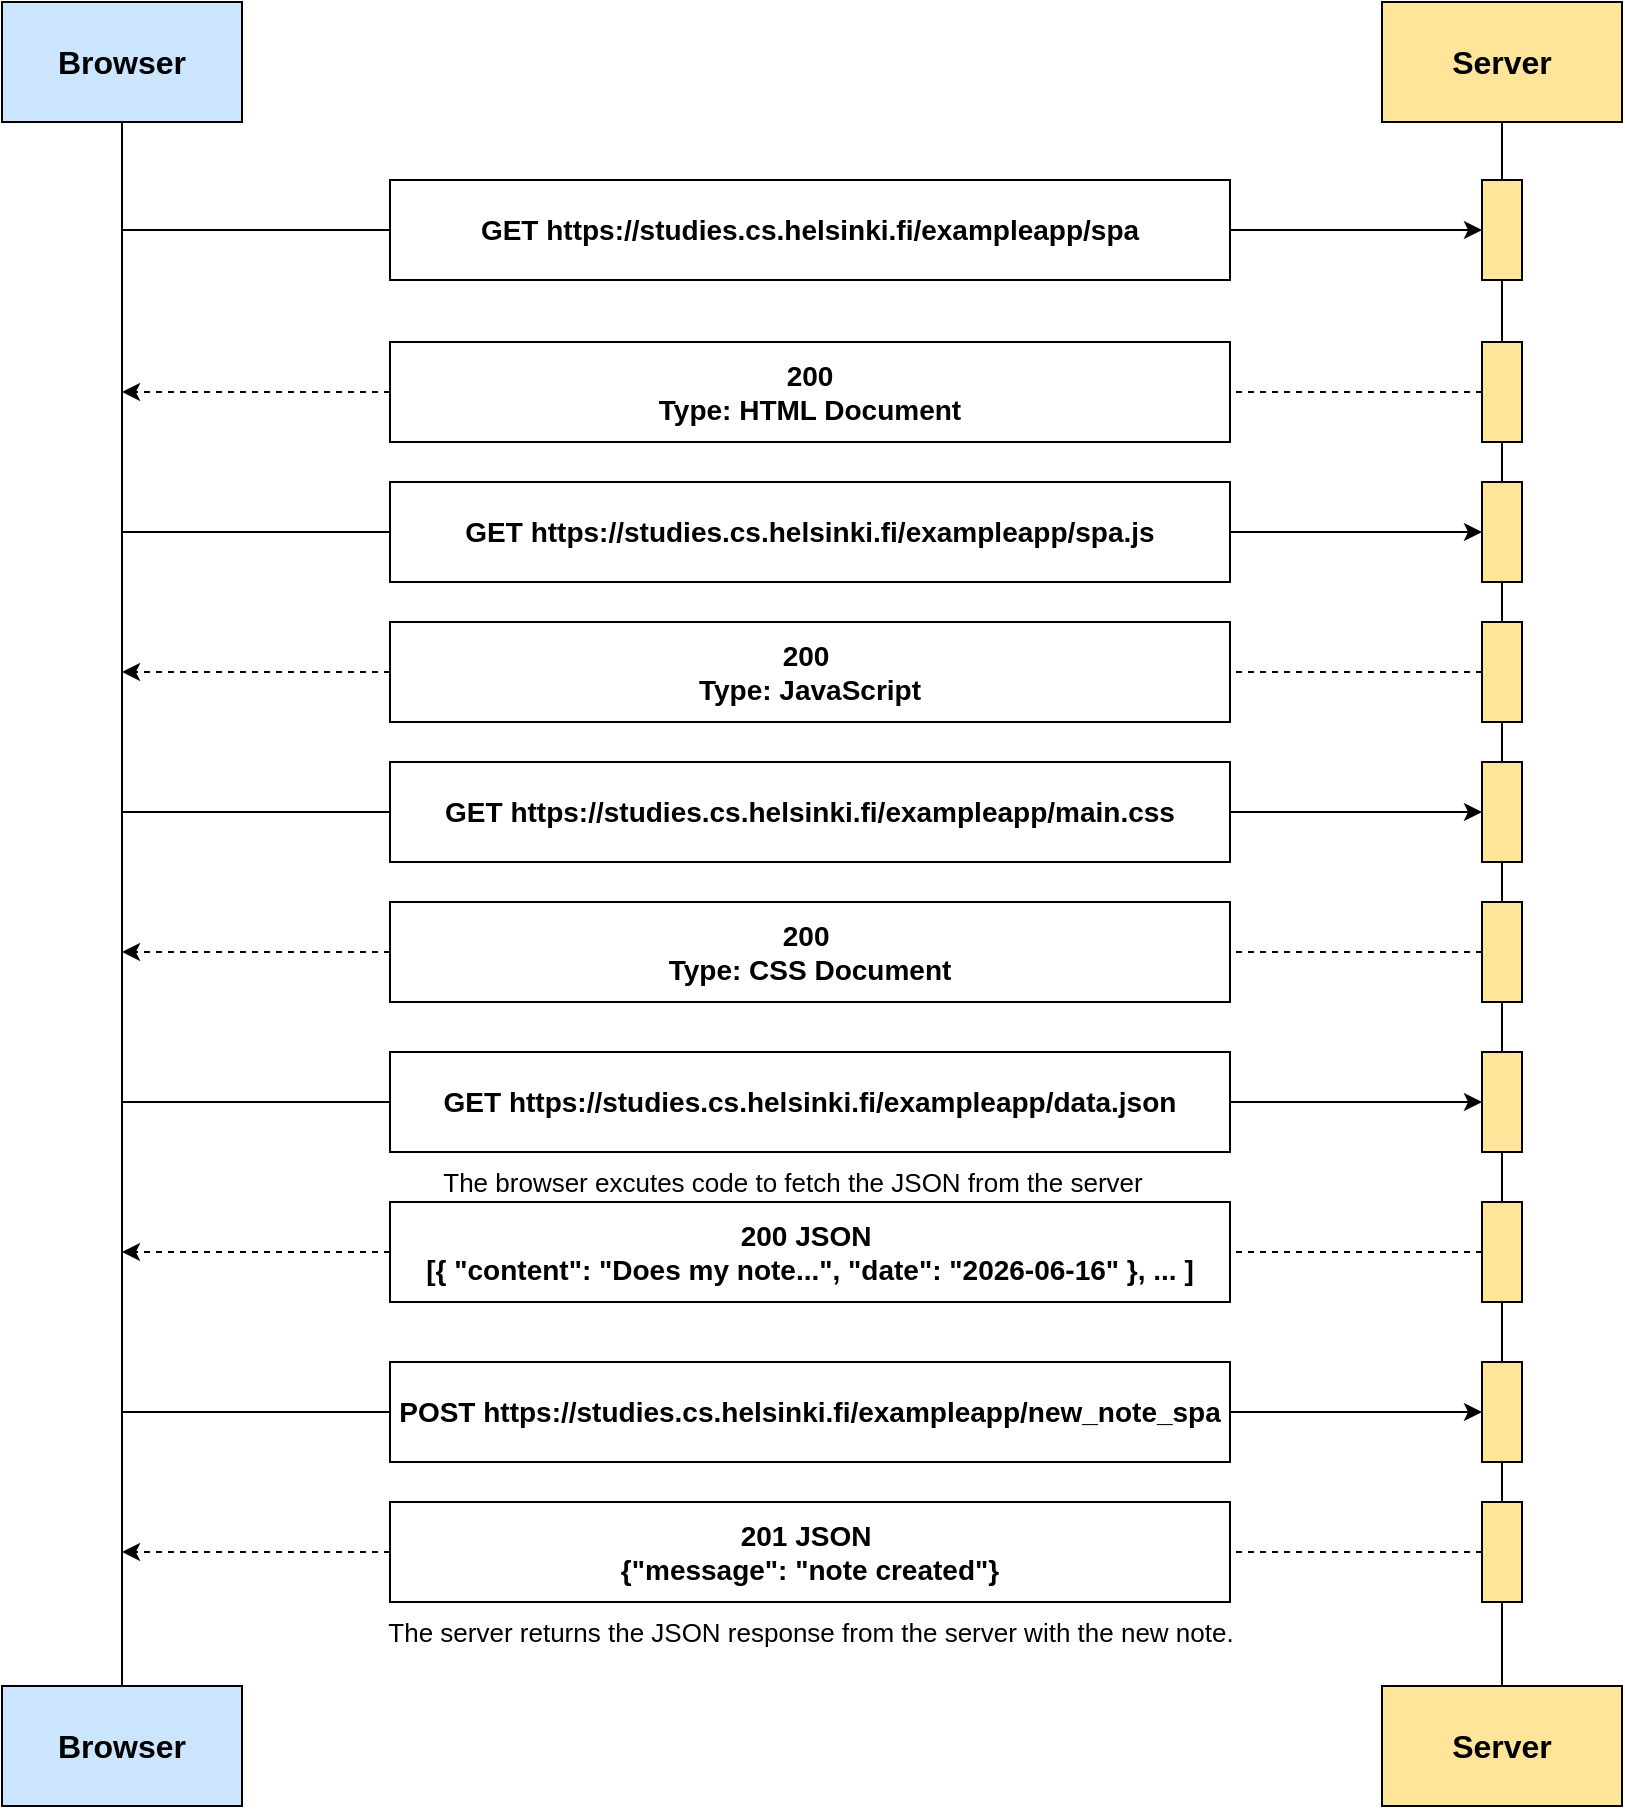
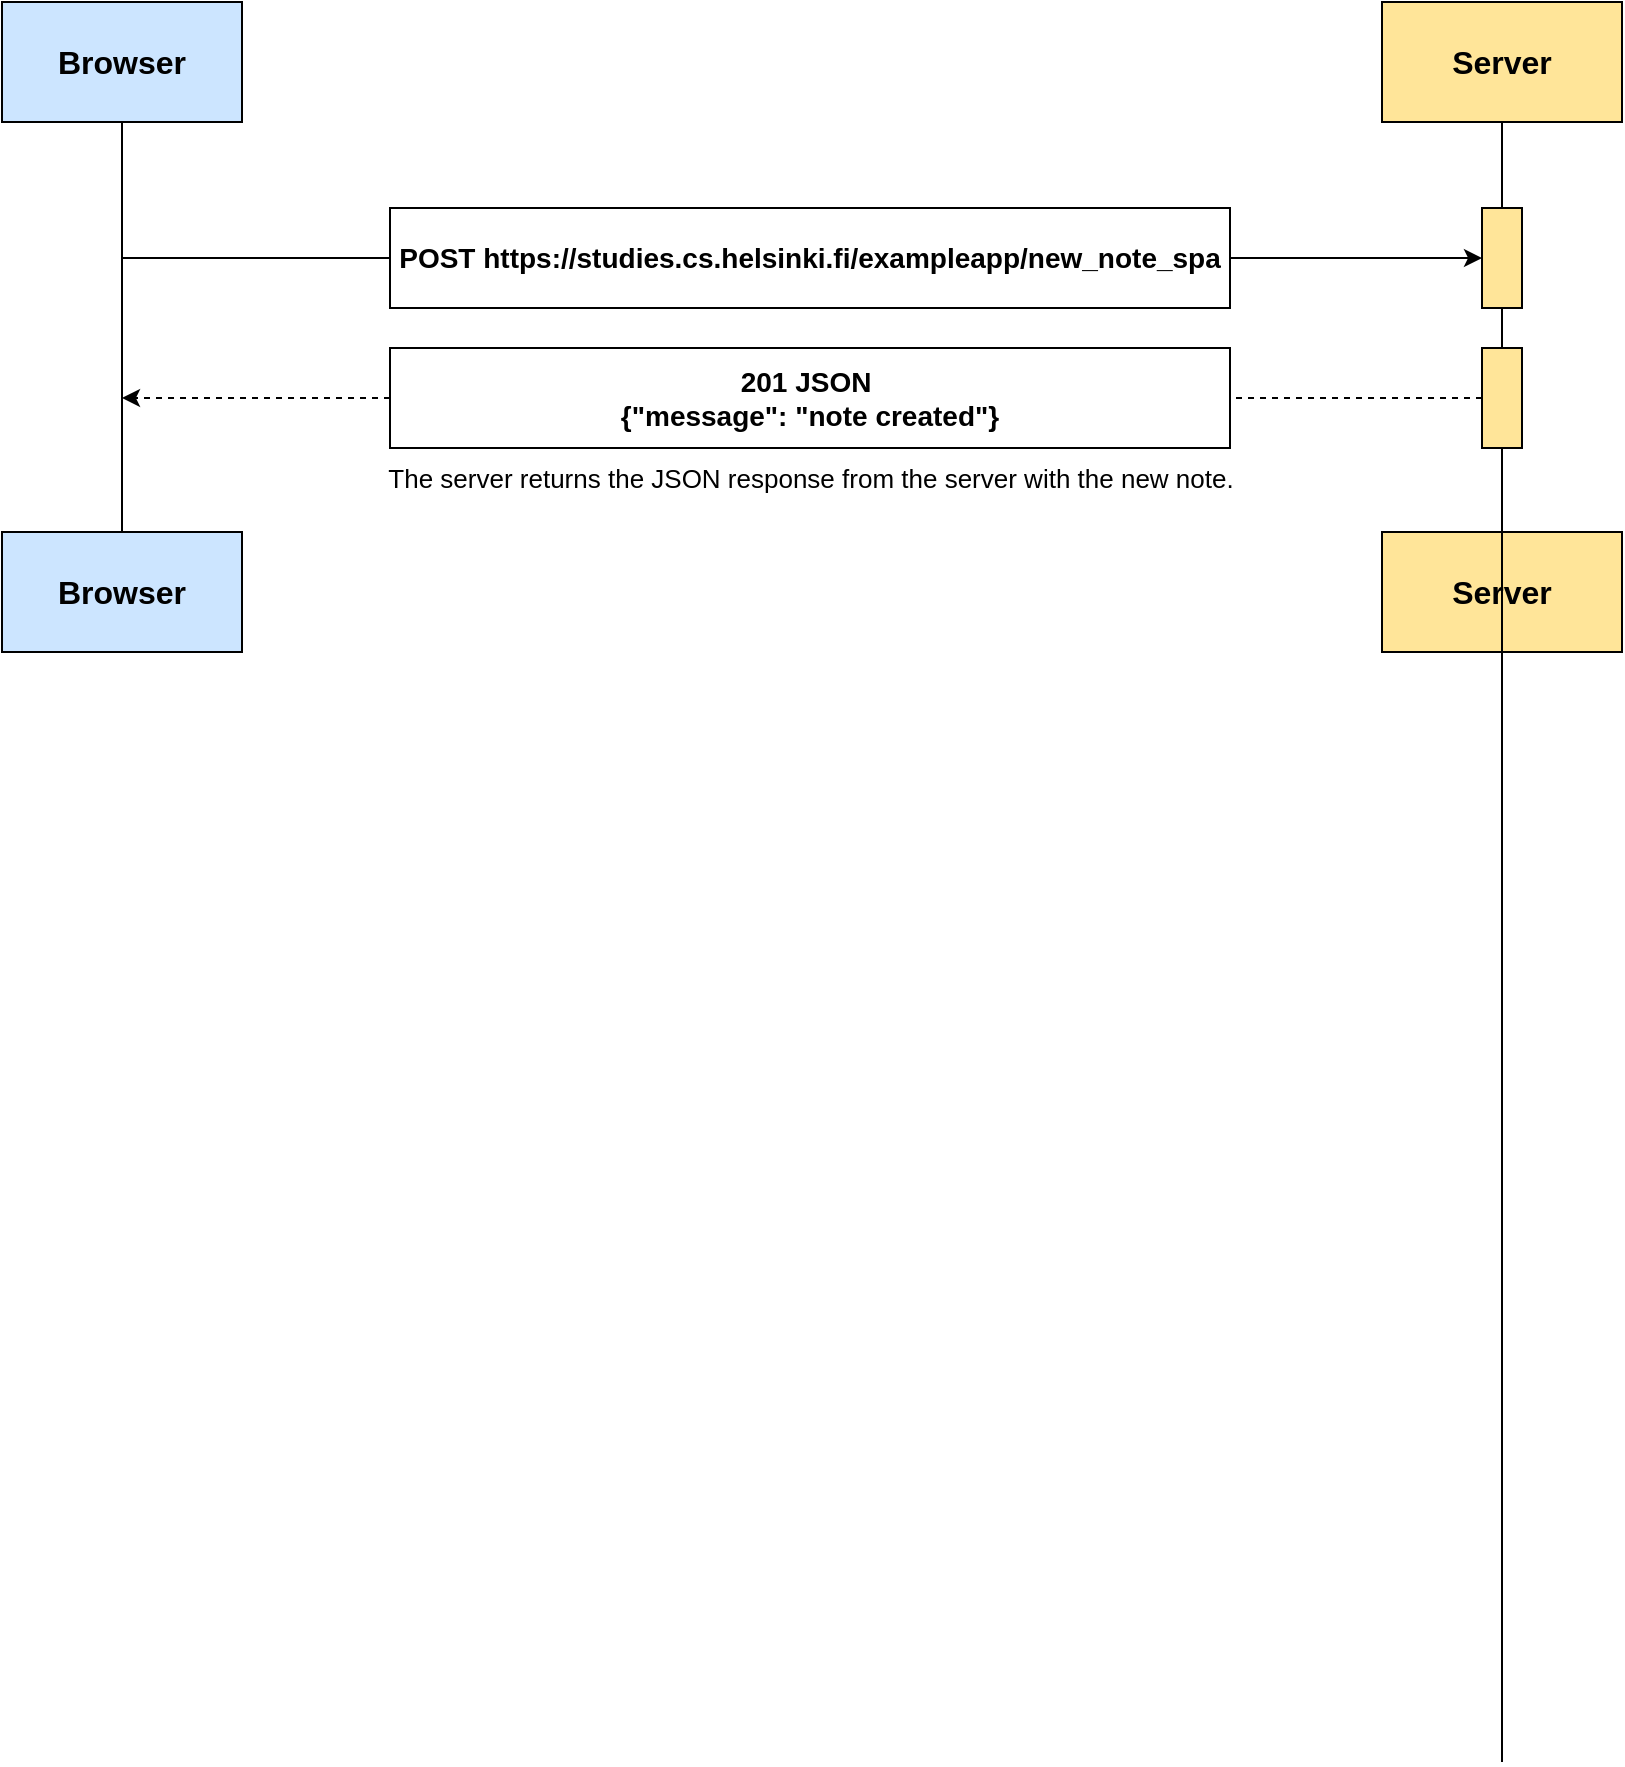
<mxfile host="Electron" agent="Mozilla/5.0 (Windows NT 10.0; Win64; x64) AppleWebKit/537.36 (KHTML, like Gecko) draw.io/24.7.5 Chrome/126.0.6478.183 Electron/31.3.0 Safari/537.36" version="24.7.5">
  <diagram id="C5RBs43oDa-KdzZeNtuy" name="Page-1">
    <mxGraphModel dx="1050" dy="621" grid="1" gridSize="10" guides="1" tooltips="1" connect="1" arrows="1" fold="1" page="1" pageScale="1" pageWidth="827" pageHeight="1169" math="0" shadow="0">
      <root>
        <mxCell id="WIyWlLk6GJQsqaUBKTNV-0" />
        <mxCell id="WIyWlLk6GJQsqaUBKTNV-1" parent="WIyWlLk6GJQsqaUBKTNV-0" />
-         <mxCell id="iDQ2j1Xp1XZMxwLlXpT8-30" value="" style="edgeStyle=orthogonalEdgeStyle;rounded=0;orthogonalLoop=1;jettySize=auto;html=1;exitX=0.5;exitY=1;exitDx=0;exitDy=0;entryX=0.5;entryY=0;entryDx=0;entryDy=0;endArrow=none;endFill=0;" parent="WIyWlLk6GJQsqaUBKTNV-1" source="iDQ2j1Xp1XZMxwLlXpT8-10" target="iDQ2j1Xp1XZMxwLlXpT8-28" edge="1">
+         <mxCell id="iDQ2j1Xp1XZMxwLlXpT8-30" value="" style="edgeStyle=orthogonalEdgeStyle;rounded=0;orthogonalLoop=1;jettySize=auto;html=1;exitX=0.5;exitY=1;exitDx=0;exitDy=0;entryX=0.5;entryY=0;entryDx=0;entryDy=0;endArrow=none;endFill=0;" parent="WIyWlLk6GJQsqaUBKTNV-1" target="iDQ2j1Xp1XZMxwLlXpT8-28" edge="1">
          <mxGeometry relative="1" as="geometry">
            <mxPoint x="760" y="740" as="targetPoint" />
            <mxPoint x="760" y="230" as="sourcePoint" />
          </mxGeometry>
        </mxCell>
        <mxCell id="iDQ2j1Xp1XZMxwLlXpT8-3" style="edgeStyle=orthogonalEdgeStyle;rounded=0;orthogonalLoop=1;jettySize=auto;html=1;exitX=0.5;exitY=1;exitDx=0;exitDy=0;entryX=0.5;entryY=0;entryDx=0;entryDy=0;endArrow=none;endFill=0;" parent="WIyWlLk6GJQsqaUBKTNV-1" source="ccvyl79ZkpEqvYvYAdst-27" target="iDQ2j1Xp1XZMxwLlXpT8-1" edge="1">
          <mxGeometry relative="1" as="geometry">
            <mxPoint x="70" y="410" as="targetPoint" />
          </mxGeometry>
        </mxCell>
-         <mxCell id="iDQ2j1Xp1XZMxwLlXpT8-6" style="edgeStyle=orthogonalEdgeStyle;rounded=0;orthogonalLoop=1;jettySize=auto;html=1;exitX=0.5;exitY=1;exitDx=0;exitDy=0;entryX=0;entryY=0.5;entryDx=0;entryDy=0;endArrow=none;endFill=0;" parent="WIyWlLk6GJQsqaUBKTNV-1" target="ccvyl79ZkpEqvYvYAdst-34" edge="1">
+         <mxCell id="iDQ2j1Xp1XZMxwLlXpT8-41" style="edgeStyle=orthogonalEdgeStyle;rounded=0;orthogonalLoop=1;jettySize=auto;html=1;exitX=0.5;exitY=1;exitDx=0;exitDy=0;entryX=0;entryY=0.5;entryDx=0;entryDy=0;endArrow=none;endFill=0;" parent="WIyWlLk6GJQsqaUBKTNV-1" source="ccvyl79ZkpEqvYvYAdst-27" target="ccvyl79ZkpEqvYvYAdst-40" edge="1">
          <mxGeometry relative="1" as="geometry">
-             <mxPoint x="70" y="79" as="sourcePoint" />
-             <Array as="points">
-               <mxPoint x="70" y="124" />
-             </Array>
+             <mxPoint x="70" y="-456" as="sourcePoint" />
          </mxGeometry>
-         </mxCell>
-         <mxCell id="iDQ2j1Xp1XZMxwLlXpT8-16" style="edgeStyle=orthogonalEdgeStyle;rounded=0;orthogonalLoop=1;jettySize=auto;html=1;exitX=0.5;exitY=1;exitDx=0;exitDy=0;entryX=0;entryY=0.5;entryDx=0;entryDy=0;endArrow=none;endFill=0;" parent="WIyWlLk6GJQsqaUBKTNV-1" source="ccvyl79ZkpEqvYvYAdst-27" target="ccvyl79ZkpEqvYvYAdst-36" edge="1">
-           <mxGeometry relative="1" as="geometry" />
-         </mxCell>
-         <mxCell id="iDQ2j1Xp1XZMxwLlXpT8-20" style="edgeStyle=orthogonalEdgeStyle;rounded=0;orthogonalLoop=1;jettySize=auto;html=1;exitX=0.5;exitY=1;exitDx=0;exitDy=0;entryX=0;entryY=0.5;entryDx=0;entryDy=0;endArrow=none;endFill=0;" parent="WIyWlLk6GJQsqaUBKTNV-1" source="ccvyl79ZkpEqvYvYAdst-27" target="ccvyl79ZkpEqvYvYAdst-38" edge="1">
-           <mxGeometry relative="1" as="geometry" />
-         </mxCell>
-         <mxCell id="iDQ2j1Xp1XZMxwLlXpT8-32" style="edgeStyle=orthogonalEdgeStyle;rounded=0;orthogonalLoop=1;jettySize=auto;html=1;exitX=0.5;exitY=1;exitDx=0;exitDy=0;entryX=0;entryY=0.5;entryDx=0;entryDy=0;endArrow=none;endFill=0;" parent="WIyWlLk6GJQsqaUBKTNV-1" source="ccvyl79ZkpEqvYvYAdst-27" target="iDQ2j1Xp1XZMxwLlXpT8-27" edge="1">
-           <mxGeometry relative="1" as="geometry" />
-         </mxCell>
-         <mxCell id="iDQ2j1Xp1XZMxwLlXpT8-41" style="edgeStyle=orthogonalEdgeStyle;rounded=0;orthogonalLoop=1;jettySize=auto;html=1;exitX=0.5;exitY=1;exitDx=0;exitDy=0;entryX=0;entryY=0.5;entryDx=0;entryDy=0;endArrow=none;endFill=0;" parent="WIyWlLk6GJQsqaUBKTNV-1" source="ccvyl79ZkpEqvYvYAdst-27" target="ccvyl79ZkpEqvYvYAdst-40" edge="1">
-           <mxGeometry relative="1" as="geometry" />
        </mxCell>
        <mxCell id="ccvyl79ZkpEqvYvYAdst-27" value="Browser" style="rounded=0;whiteSpace=wrap;html=1;fontStyle=1;fontSize=16;fillColor=#CCE5FF;" parent="WIyWlLk6GJQsqaUBKTNV-1" vertex="1">
          <mxGeometry x="10" y="10" width="120" height="60" as="geometry" />
        </mxCell>
        <mxCell id="iDQ2j1Xp1XZMxwLlXpT8-4" style="edgeStyle=orthogonalEdgeStyle;rounded=0;orthogonalLoop=1;jettySize=auto;html=1;exitX=0.5;exitY=1;exitDx=0;exitDy=0;entryX=0.5;entryY=0;entryDx=0;entryDy=0;endArrow=none;endFill=0;" parent="WIyWlLk6GJQsqaUBKTNV-1" source="Oq3Eg6oe8XEQ-QmQkoFp-3" target="iDQ2j1Xp1XZMxwLlXpT8-2" edge="1">
          <mxGeometry relative="1" as="geometry">
-             <mxPoint x="740" y="600" as="targetPoint" />
-             <mxPoint x="760" y="822" as="sourcePoint" />
+             <mxPoint x="740" y="23" as="targetPoint" />
+             <mxPoint x="760" y="245" as="sourcePoint" />
          </mxGeometry>
        </mxCell>
        <mxCell id="ccvyl79ZkpEqvYvYAdst-28" value="Server" style="rounded=0;whiteSpace=wrap;html=1;fontStyle=1;fontSize=16;fillColor=#FFE599;" parent="WIyWlLk6GJQsqaUBKTNV-1" vertex="1">
          <mxGeometry x="700" y="10" width="120" height="60" as="geometry" />
        </mxCell>
-         <mxCell id="iDQ2j1Xp1XZMxwLlXpT8-7" style="edgeStyle=orthogonalEdgeStyle;rounded=0;orthogonalLoop=1;jettySize=auto;html=1;exitX=1;exitY=0.5;exitDx=0;exitDy=0;entryX=0;entryY=0.5;entryDx=0;entryDy=0;" parent="WIyWlLk6GJQsqaUBKTNV-1" source="ccvyl79ZkpEqvYvYAdst-34" target="iDQ2j1Xp1XZMxwLlXpT8-8" edge="1">
-           <mxGeometry relative="1" as="geometry">
-             <mxPoint x="690" y="124" as="targetPoint" />
-           </mxGeometry>
-         </mxCell>
-         <mxCell id="ccvyl79ZkpEqvYvYAdst-34" value="GET https://studies.cs.helsinki.fi/exampleapp/spa" style="rounded=0;whiteSpace=wrap;html=1;fontStyle=1;fontSize=14;verticalAlign=middle;" parent="WIyWlLk6GJQsqaUBKTNV-1" vertex="1">
-           <mxGeometry x="204" y="99" width="420" height="50" as="geometry" />
-         </mxCell>
-         <mxCell id="iDQ2j1Xp1XZMxwLlXpT8-13" style="edgeStyle=orthogonalEdgeStyle;rounded=0;orthogonalLoop=1;jettySize=auto;html=1;exitX=0;exitY=0.5;exitDx=0;exitDy=0;dashed=1;" parent="WIyWlLk6GJQsqaUBKTNV-1" source="ccvyl79ZkpEqvYvYAdst-35" edge="1">
-           <mxGeometry relative="1" as="geometry">
-             <mxPoint x="70" y="205" as="targetPoint" />
-           </mxGeometry>
-         </mxCell>
-         <mxCell id="ccvyl79ZkpEqvYvYAdst-35" value="200&lt;div&gt;&lt;span style=&quot;background-color: initial;&quot;&gt;Type: HTML Document&lt;/span&gt;&lt;/div&gt;" style="rounded=0;whiteSpace=wrap;html=1;fontStyle=1;fontSize=14;verticalAlign=middle;" parent="WIyWlLk6GJQsqaUBKTNV-1" vertex="1">
-           <mxGeometry x="204" y="180" width="420" height="50" as="geometry" />
-         </mxCell>
-         <mxCell id="iDQ2j1Xp1XZMxwLlXpT8-17" style="edgeStyle=orthogonalEdgeStyle;rounded=0;orthogonalLoop=1;jettySize=auto;html=1;exitX=1;exitY=0.5;exitDx=0;exitDy=0;entryX=0;entryY=0.5;entryDx=0;entryDy=0;" parent="WIyWlLk6GJQsqaUBKTNV-1" source="ccvyl79ZkpEqvYvYAdst-36" target="iDQ2j1Xp1XZMxwLlXpT8-14" edge="1">
-           <mxGeometry relative="1" as="geometry" />
-         </mxCell>
-         <mxCell id="ccvyl79ZkpEqvYvYAdst-36" value="GET https://studies.cs.helsinki.fi/exampleapp/spa.js" style="rounded=0;whiteSpace=wrap;html=1;fontStyle=1;fontSize=14;verticalAlign=middle;" parent="WIyWlLk6GJQsqaUBKTNV-1" vertex="1">
-           <mxGeometry x="204" y="250" width="420" height="50" as="geometry" />
-         </mxCell>
-         <mxCell id="iDQ2j1Xp1XZMxwLlXpT8-19" style="edgeStyle=orthogonalEdgeStyle;rounded=0;orthogonalLoop=1;jettySize=auto;html=1;exitX=0;exitY=0.5;exitDx=0;exitDy=0;dashed=1;" parent="WIyWlLk6GJQsqaUBKTNV-1" source="ccvyl79ZkpEqvYvYAdst-37" edge="1">
-           <mxGeometry relative="1" as="geometry">
-             <mxPoint x="70" y="345" as="targetPoint" />
-           </mxGeometry>
-         </mxCell>
-         <mxCell id="ccvyl79ZkpEqvYvYAdst-37" value="200&amp;nbsp;&lt;div&gt;Type: JavaScript&lt;/div&gt;" style="rounded=0;whiteSpace=wrap;html=1;fontStyle=1;fontSize=14;verticalAlign=middle;" parent="WIyWlLk6GJQsqaUBKTNV-1" vertex="1">
-           <mxGeometry x="204" y="320" width="420" height="50" as="geometry" />
-         </mxCell>
-         <mxCell id="iDQ2j1Xp1XZMxwLlXpT8-24" style="edgeStyle=orthogonalEdgeStyle;rounded=0;orthogonalLoop=1;jettySize=auto;html=1;exitX=1;exitY=0.5;exitDx=0;exitDy=0;entryX=0;entryY=0.5;entryDx=0;entryDy=0;" parent="WIyWlLk6GJQsqaUBKTNV-1" source="ccvyl79ZkpEqvYvYAdst-38" target="iDQ2j1Xp1XZMxwLlXpT8-21" edge="1">
-           <mxGeometry relative="1" as="geometry" />
-         </mxCell>
-         <mxCell id="ccvyl79ZkpEqvYvYAdst-38" value="GET https://studies.cs.helsinki.fi/exampleapp/main.css" style="rounded=0;whiteSpace=wrap;html=1;fontStyle=1;fontSize=14;verticalAlign=middle;" parent="WIyWlLk6GJQsqaUBKTNV-1" vertex="1">
-           <mxGeometry x="204" y="390" width="420" height="50" as="geometry" />
-         </mxCell>
-         <mxCell id="iDQ2j1Xp1XZMxwLlXpT8-26" style="edgeStyle=orthogonalEdgeStyle;rounded=0;orthogonalLoop=1;jettySize=auto;html=1;exitX=0;exitY=0.5;exitDx=0;exitDy=0;dashed=1;" parent="WIyWlLk6GJQsqaUBKTNV-1" source="ccvyl79ZkpEqvYvYAdst-39" edge="1">
-           <mxGeometry relative="1" as="geometry">
-             <mxPoint x="70" y="485" as="targetPoint" />
-           </mxGeometry>
-         </mxCell>
-         <mxCell id="ccvyl79ZkpEqvYvYAdst-39" value="200&amp;nbsp;&lt;div&gt;Type: CSS Document&lt;/div&gt;" style="rounded=0;whiteSpace=wrap;html=1;fontStyle=1;fontSize=14;verticalAlign=middle;" parent="WIyWlLk6GJQsqaUBKTNV-1" vertex="1">
-           <mxGeometry x="204" y="460" width="420" height="50" as="geometry" />
-         </mxCell>
        <mxCell id="iDQ2j1Xp1XZMxwLlXpT8-42" style="edgeStyle=orthogonalEdgeStyle;rounded=0;orthogonalLoop=1;jettySize=auto;html=1;exitX=1;exitY=0.5;exitDx=0;exitDy=0;entryX=0;entryY=0.5;entryDx=0;entryDy=0;" parent="WIyWlLk6GJQsqaUBKTNV-1" source="ccvyl79ZkpEqvYvYAdst-40" target="iDQ2j1Xp1XZMxwLlXpT8-23" edge="1">
          <mxGeometry relative="1" as="geometry" />
        </mxCell>
        <mxCell id="ccvyl79ZkpEqvYvYAdst-40" value="POST https://studies.cs.helsinki.fi/exampleapp/new_note_spa" style="rounded=0;whiteSpace=wrap;html=1;fontStyle=1;fontSize=14;verticalAlign=middle;" parent="WIyWlLk6GJQsqaUBKTNV-1" vertex="1">
-           <mxGeometry x="204" y="690" width="420" height="50" as="geometry" />
+           <mxGeometry x="204" y="113" width="420" height="50" as="geometry" />
        </mxCell>
        <mxCell id="iDQ2j1Xp1XZMxwLlXpT8-1" value="Browser" style="rounded=0;whiteSpace=wrap;html=1;fontStyle=1;fontSize=16;fillColor=#CCE5FF;" parent="WIyWlLk6GJQsqaUBKTNV-1" vertex="1">
-           <mxGeometry x="10" y="852" width="120" height="60" as="geometry" />
+           <mxGeometry x="10" y="275" width="120" height="60" as="geometry" />
        </mxCell>
        <mxCell id="iDQ2j1Xp1XZMxwLlXpT8-2" value="Server" style="rounded=0;whiteSpace=wrap;html=1;fontStyle=1;fontSize=16;fillColor=#FFE599;" parent="WIyWlLk6GJQsqaUBKTNV-1" vertex="1">
-           <mxGeometry x="700" y="852" width="120" height="60" as="geometry" />
+           <mxGeometry x="700" y="275" width="120" height="60" as="geometry" />
        </mxCell>
-         <mxCell id="iDQ2j1Xp1XZMxwLlXpT8-9" value="" style="edgeStyle=orthogonalEdgeStyle;rounded=0;orthogonalLoop=1;jettySize=auto;html=1;exitX=0.5;exitY=1;exitDx=0;exitDy=0;entryX=0.5;entryY=0;entryDx=0;entryDy=0;endArrow=none;endFill=0;" parent="WIyWlLk6GJQsqaUBKTNV-1" source="ccvyl79ZkpEqvYvYAdst-28" target="iDQ2j1Xp1XZMxwLlXpT8-8" edge="1">
+         <mxCell id="iDQ2j1Xp1XZMxwLlXpT8-9" value="" style="edgeStyle=orthogonalEdgeStyle;rounded=0;orthogonalLoop=1;jettySize=auto;html=1;exitX=0.5;exitY=1;exitDx=0;exitDy=0;endArrow=none;endFill=0;entryX=0.5;entryY=0;entryDx=0;entryDy=0;" parent="WIyWlLk6GJQsqaUBKTNV-1" source="ccvyl79ZkpEqvYvYAdst-28" target="Oq3Eg6oe8XEQ-QmQkoFp-3" edge="1">
          <mxGeometry relative="1" as="geometry">
-             <mxPoint x="760" y="740" as="targetPoint" />
+             <mxPoint x="760" y="99" as="targetPoint" />
            <mxPoint x="760" y="90" as="sourcePoint" />
          </mxGeometry>
        </mxCell>
-         <mxCell id="iDQ2j1Xp1XZMxwLlXpT8-8" value="" style="rounded=0;whiteSpace=wrap;html=1;fillColor=#FFE599;" parent="WIyWlLk6GJQsqaUBKTNV-1" vertex="1">
-           <mxGeometry x="750" y="99" width="20" height="50" as="geometry" />
-         </mxCell>
-         <mxCell id="iDQ2j1Xp1XZMxwLlXpT8-11" value="" style="edgeStyle=orthogonalEdgeStyle;rounded=0;orthogonalLoop=1;jettySize=auto;html=1;exitX=0.5;exitY=1;exitDx=0;exitDy=0;entryX=0.5;entryY=0;entryDx=0;entryDy=0;endArrow=none;endFill=0;" parent="WIyWlLk6GJQsqaUBKTNV-1" source="iDQ2j1Xp1XZMxwLlXpT8-8" target="iDQ2j1Xp1XZMxwLlXpT8-10" edge="1">
+         <mxCell id="iDQ2j1Xp1XZMxwLlXpT8-11" value="" style="edgeStyle=orthogonalEdgeStyle;rounded=0;orthogonalLoop=1;jettySize=auto;html=1;exitX=0.5;exitY=1;exitDx=0;exitDy=0;entryX=0.5;entryY=0;entryDx=0;entryDy=0;endArrow=none;endFill=0;" parent="WIyWlLk6GJQsqaUBKTNV-1" target="iDQ2j1Xp1XZMxwLlXpT8-10" edge="1">
          <mxGeometry relative="1" as="geometry">
            <mxPoint x="760" y="740" as="targetPoint" />
-             <mxPoint x="760" y="160" as="sourcePoint" />
+             <mxPoint x="760" y="149" as="sourcePoint" />
          </mxGeometry>
        </mxCell>
-         <mxCell id="iDQ2j1Xp1XZMxwLlXpT8-12" style="edgeStyle=orthogonalEdgeStyle;rounded=0;orthogonalLoop=1;jettySize=auto;html=1;exitX=0;exitY=0.5;exitDx=0;exitDy=0;entryX=1;entryY=0.5;entryDx=0;entryDy=0;endArrow=none;endFill=0;dashed=1;" parent="WIyWlLk6GJQsqaUBKTNV-1" source="iDQ2j1Xp1XZMxwLlXpT8-10" target="ccvyl79ZkpEqvYvYAdst-35" edge="1">
-           <mxGeometry relative="1" as="geometry" />
-         </mxCell>
-         <mxCell id="iDQ2j1Xp1XZMxwLlXpT8-10" value="" style="rounded=0;whiteSpace=wrap;html=1;fillColor=#FFE599;" parent="WIyWlLk6GJQsqaUBKTNV-1" vertex="1">
-           <mxGeometry x="750" y="180" width="20" height="50" as="geometry" />
-         </mxCell>
-         <mxCell id="iDQ2j1Xp1XZMxwLlXpT8-14" value="" style="rounded=0;whiteSpace=wrap;html=1;fillColor=#FFE599;" parent="WIyWlLk6GJQsqaUBKTNV-1" vertex="1">
-           <mxGeometry x="750" y="250" width="20" height="50" as="geometry" />
-         </mxCell>
-         <mxCell id="iDQ2j1Xp1XZMxwLlXpT8-18" style="edgeStyle=orthogonalEdgeStyle;rounded=0;orthogonalLoop=1;jettySize=auto;html=1;exitX=0;exitY=0.5;exitDx=0;exitDy=0;entryX=1;entryY=0.5;entryDx=0;entryDy=0;dashed=1;endArrow=none;endFill=0;" parent="WIyWlLk6GJQsqaUBKTNV-1" source="iDQ2j1Xp1XZMxwLlXpT8-15" target="ccvyl79ZkpEqvYvYAdst-37" edge="1">
-           <mxGeometry relative="1" as="geometry" />
-         </mxCell>
-         <mxCell id="iDQ2j1Xp1XZMxwLlXpT8-15" value="" style="rounded=0;whiteSpace=wrap;html=1;fillColor=#FFE599;" parent="WIyWlLk6GJQsqaUBKTNV-1" vertex="1">
-           <mxGeometry x="750" y="320" width="20" height="50" as="geometry" />
-         </mxCell>
-         <mxCell id="iDQ2j1Xp1XZMxwLlXpT8-21" value="" style="rounded=0;whiteSpace=wrap;html=1;fillColor=#FFE599;" parent="WIyWlLk6GJQsqaUBKTNV-1" vertex="1">
-           <mxGeometry x="750" y="390" width="20" height="50" as="geometry" />
-         </mxCell>
-         <mxCell id="iDQ2j1Xp1XZMxwLlXpT8-25" style="edgeStyle=orthogonalEdgeStyle;rounded=0;orthogonalLoop=1;jettySize=auto;html=1;exitX=0;exitY=0.5;exitDx=0;exitDy=0;entryX=1;entryY=0.5;entryDx=0;entryDy=0;dashed=1;endArrow=none;endFill=0;" parent="WIyWlLk6GJQsqaUBKTNV-1" source="iDQ2j1Xp1XZMxwLlXpT8-22" target="ccvyl79ZkpEqvYvYAdst-39" edge="1">
-           <mxGeometry relative="1" as="geometry" />
-         </mxCell>
-         <mxCell id="iDQ2j1Xp1XZMxwLlXpT8-22" value="" style="rounded=0;whiteSpace=wrap;html=1;fillColor=#FFE599;" parent="WIyWlLk6GJQsqaUBKTNV-1" vertex="1">
-           <mxGeometry x="750" y="460" width="20" height="50" as="geometry" />
-         </mxCell>
-         <mxCell id="iDQ2j1Xp1XZMxwLlXpT8-33" style="edgeStyle=orthogonalEdgeStyle;rounded=0;orthogonalLoop=1;jettySize=auto;html=1;exitX=1;exitY=0.5;exitDx=0;exitDy=0;entryX=0;entryY=0.5;entryDx=0;entryDy=0;" parent="WIyWlLk6GJQsqaUBKTNV-1" source="iDQ2j1Xp1XZMxwLlXpT8-27" target="iDQ2j1Xp1XZMxwLlXpT8-28" edge="1">
-           <mxGeometry relative="1" as="geometry" />
-         </mxCell>
-         <mxCell id="iDQ2j1Xp1XZMxwLlXpT8-27" value="GET https://studies.cs.helsinki.fi/exampleapp/data.json" style="rounded=0;whiteSpace=wrap;html=1;fontStyle=1;fontSize=14;verticalAlign=middle;" parent="WIyWlLk6GJQsqaUBKTNV-1" vertex="1">
-           <mxGeometry x="204" y="535" width="420" height="50" as="geometry" />
-         </mxCell>
-         <mxCell id="iDQ2j1Xp1XZMxwLlXpT8-28" value="" style="rounded=0;whiteSpace=wrap;html=1;fillColor=#FFE599;" parent="WIyWlLk6GJQsqaUBKTNV-1" vertex="1">
-           <mxGeometry x="750" y="535" width="20" height="50" as="geometry" />
-         </mxCell>
-         <mxCell id="iDQ2j1Xp1XZMxwLlXpT8-38" style="edgeStyle=orthogonalEdgeStyle;rounded=0;orthogonalLoop=1;jettySize=auto;html=1;exitX=0;exitY=0.5;exitDx=0;exitDy=0;dashed=1;" parent="WIyWlLk6GJQsqaUBKTNV-1" source="iDQ2j1Xp1XZMxwLlXpT8-34" edge="1">
-           <mxGeometry relative="1" as="geometry">
-             <mxPoint x="70" y="635" as="targetPoint" />
-           </mxGeometry>
-         </mxCell>
-         <mxCell id="iDQ2j1Xp1XZMxwLlXpT8-34" value="200 JSON&amp;nbsp;&lt;div&gt;[{ &quot;content&quot;: &quot;Does my note...&quot;, &quot;date&quot;: &quot;2026-06-16&quot; }, ... ]&lt;/div&gt;" style="rounded=0;whiteSpace=wrap;html=1;fontStyle=1;fontSize=14;verticalAlign=middle;" parent="WIyWlLk6GJQsqaUBKTNV-1" vertex="1">
-           <mxGeometry x="204" y="610" width="420" height="50" as="geometry" />
-         </mxCell>
-         <mxCell id="iDQ2j1Xp1XZMxwLlXpT8-36" value="" style="edgeStyle=orthogonalEdgeStyle;rounded=0;orthogonalLoop=1;jettySize=auto;html=1;exitX=0.5;exitY=1;exitDx=0;exitDy=0;entryX=0.5;entryY=0;entryDx=0;entryDy=0;endArrow=none;endFill=0;" parent="WIyWlLk6GJQsqaUBKTNV-1" source="iDQ2j1Xp1XZMxwLlXpT8-28" target="iDQ2j1Xp1XZMxwLlXpT8-35" edge="1">
+         <mxCell id="iDQ2j1Xp1XZMxwLlXpT8-36" value="" style="edgeStyle=orthogonalEdgeStyle;rounded=0;orthogonalLoop=1;jettySize=auto;html=1;exitX=0.5;exitY=1;exitDx=0;exitDy=0;entryX=0.5;entryY=0;entryDx=0;entryDy=0;endArrow=none;endFill=0;" parent="WIyWlLk6GJQsqaUBKTNV-1" target="iDQ2j1Xp1XZMxwLlXpT8-35" edge="1">
          <mxGeometry relative="1" as="geometry">
            <mxPoint x="760" y="890" as="targetPoint" />
            <mxPoint x="760" y="585" as="sourcePoint" />
          </mxGeometry>
        </mxCell>
-         <mxCell id="iDQ2j1Xp1XZMxwLlXpT8-37" style="edgeStyle=orthogonalEdgeStyle;rounded=0;orthogonalLoop=1;jettySize=auto;html=1;exitX=0;exitY=0.5;exitDx=0;exitDy=0;entryX=1;entryY=0.5;entryDx=0;entryDy=0;dashed=1;endArrow=none;endFill=0;" parent="WIyWlLk6GJQsqaUBKTNV-1" source="iDQ2j1Xp1XZMxwLlXpT8-35" target="iDQ2j1Xp1XZMxwLlXpT8-34" edge="1">
-           <mxGeometry relative="1" as="geometry" />
-         </mxCell>
-         <mxCell id="iDQ2j1Xp1XZMxwLlXpT8-35" value="" style="rounded=0;whiteSpace=wrap;html=1;fillColor=#FFE599;" parent="WIyWlLk6GJQsqaUBKTNV-1" vertex="1">
-           <mxGeometry x="750" y="610" width="20" height="50" as="geometry" />
-         </mxCell>
-         <mxCell id="iDQ2j1Xp1XZMxwLlXpT8-40" value="The browser excutes code to fetch the JSON from the server" style="text;html=1;align=center;verticalAlign=middle;resizable=0;points=[];autosize=1;strokeColor=none;fillColor=none;fontSize=13;" parent="WIyWlLk6GJQsqaUBKTNV-1" vertex="1">
-           <mxGeometry x="220" y="585" width="370" height="30" as="geometry" />
-         </mxCell>
-         <mxCell id="iDQ2j1Xp1XZMxwLlXpT8-46" value="" style="edgeStyle=orthogonalEdgeStyle;rounded=0;orthogonalLoop=1;jettySize=auto;html=1;exitX=0.5;exitY=1;exitDx=0;exitDy=0;entryX=0.5;entryY=0;entryDx=0;entryDy=0;endArrow=none;endFill=0;" parent="WIyWlLk6GJQsqaUBKTNV-1" source="iDQ2j1Xp1XZMxwLlXpT8-35" edge="1">
+         <mxCell id="iDQ2j1Xp1XZMxwLlXpT8-37" style="edgeStyle=orthogonalEdgeStyle;rounded=0;orthogonalLoop=1;jettySize=auto;html=1;exitX=0;exitY=0.5;exitDx=0;exitDy=0;entryX=1;entryY=0.5;entryDx=0;entryDy=0;dashed=1;endArrow=none;endFill=0;" parent="WIyWlLk6GJQsqaUBKTNV-1" target="iDQ2j1Xp1XZMxwLlXpT8-34" edge="1">
          <mxGeometry relative="1" as="geometry">
-             <mxPoint x="760" y="772" as="targetPoint" />
-             <mxPoint x="760" y="660" as="sourcePoint" />
+             <mxPoint x="750" y="635" as="sourcePoint" />
          </mxGeometry>
        </mxCell>
        <mxCell id="iDQ2j1Xp1XZMxwLlXpT8-23" value="" style="rounded=0;whiteSpace=wrap;html=1;fillColor=#FFE599;" parent="WIyWlLk6GJQsqaUBKTNV-1" vertex="1">
-           <mxGeometry x="750" y="690" width="20" height="50" as="geometry" />
+           <mxGeometry x="750" y="113" width="20" height="50" as="geometry" />
        </mxCell>
        <mxCell id="iDQ2j1Xp1XZMxwLlXpT8-49" value="The server returns the JSON response from the server with the new note." style="text;html=1;align=center;verticalAlign=middle;resizable=0;points=[];autosize=1;strokeColor=none;fillColor=none;fontSize=13;" parent="WIyWlLk6GJQsqaUBKTNV-1" vertex="1">
-           <mxGeometry x="189" y="810" width="450" height="30" as="geometry" />
+           <mxGeometry x="189" y="233" width="450" height="30" as="geometry" />
        </mxCell>
-         <mxCell id="Oq3Eg6oe8XEQ-QmQkoFp-6" style="edgeStyle=orthogonalEdgeStyle;rounded=0;orthogonalLoop=1;jettySize=auto;html=1;dashed=1;" edge="1" parent="WIyWlLk6GJQsqaUBKTNV-1" source="Oq3Eg6oe8XEQ-QmQkoFp-2">
+         <mxCell id="Oq3Eg6oe8XEQ-QmQkoFp-6" style="edgeStyle=orthogonalEdgeStyle;rounded=0;orthogonalLoop=1;jettySize=auto;html=1;dashed=1;" parent="WIyWlLk6GJQsqaUBKTNV-1" source="Oq3Eg6oe8XEQ-QmQkoFp-2" edge="1">
          <mxGeometry relative="1" as="geometry">
-             <mxPoint x="70" y="785" as="targetPoint" />
+             <mxPoint x="70" y="208" as="targetPoint" />
          </mxGeometry>
        </mxCell>
-         <mxCell id="Oq3Eg6oe8XEQ-QmQkoFp-2" value="201 JSON&amp;nbsp;&lt;div&gt;{&quot;message&quot;: &quot;note created&quot;}&lt;/div&gt;" style="rounded=0;whiteSpace=wrap;html=1;fontStyle=1;fontSize=14;verticalAlign=middle;" vertex="1" parent="WIyWlLk6GJQsqaUBKTNV-1">
-           <mxGeometry x="204" y="760" width="420" height="50" as="geometry" />
+         <mxCell id="Oq3Eg6oe8XEQ-QmQkoFp-2" value="201 JSON&amp;nbsp;&lt;div&gt;{&quot;message&quot;: &quot;note created&quot;}&lt;/div&gt;" style="rounded=0;whiteSpace=wrap;html=1;fontStyle=1;fontSize=14;verticalAlign=middle;" parent="WIyWlLk6GJQsqaUBKTNV-1" vertex="1">
+           <mxGeometry x="204" y="183" width="420" height="50" as="geometry" />
        </mxCell>
-         <mxCell id="Oq3Eg6oe8XEQ-QmQkoFp-4" style="edgeStyle=orthogonalEdgeStyle;rounded=0;orthogonalLoop=1;jettySize=auto;html=1;exitX=0;exitY=0.5;exitDx=0;exitDy=0;dashed=1;endArrow=none;endFill=0;" edge="1" parent="WIyWlLk6GJQsqaUBKTNV-1" source="Oq3Eg6oe8XEQ-QmQkoFp-3" target="Oq3Eg6oe8XEQ-QmQkoFp-2">
+         <mxCell id="Oq3Eg6oe8XEQ-QmQkoFp-4" style="edgeStyle=orthogonalEdgeStyle;rounded=0;orthogonalLoop=1;jettySize=auto;html=1;exitX=0;exitY=0.5;exitDx=0;exitDy=0;dashed=1;endArrow=none;endFill=0;" parent="WIyWlLk6GJQsqaUBKTNV-1" source="Oq3Eg6oe8XEQ-QmQkoFp-3" target="Oq3Eg6oe8XEQ-QmQkoFp-2" edge="1">
          <mxGeometry relative="1" as="geometry" />
        </mxCell>
-         <mxCell id="Oq3Eg6oe8XEQ-QmQkoFp-3" value="" style="rounded=0;whiteSpace=wrap;html=1;fillColor=#FFE599;" vertex="1" parent="WIyWlLk6GJQsqaUBKTNV-1">
-           <mxGeometry x="750" y="760" width="20" height="50" as="geometry" />
+         <mxCell id="Oq3Eg6oe8XEQ-QmQkoFp-3" value="" style="rounded=0;whiteSpace=wrap;html=1;fillColor=#FFE599;" parent="WIyWlLk6GJQsqaUBKTNV-1" vertex="1">
+           <mxGeometry x="750" y="183" width="20" height="50" as="geometry" />
        </mxCell>
      </root>
    </mxGraphModel>
  </diagram>
</mxfile>
